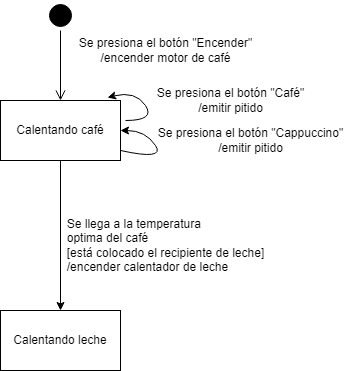
Before: Practica 4/ejercicio11.png, a diagram exported from draw.io (JuCenBer/IS1-Ingenieria_de_Software1). Source tidied: cells renumbered, new cells last; positions are measured from the earlier drawing's top-left corner, leaving out a move shared by most shapes. Source of this version:
```xml
<mxGraphModel>
  <root>
    <mxCell id="0" />
    <mxCell id="1" parent="0" />
    <mxCell id="2" style="ellipse;html=1;shape=startState;fillColor=#000000;strokeColor=#000000;" parent="1" vertex="1">
      <mxGeometry x="45" width="30" height="30" as="geometry" />
    </mxCell>
    <mxCell id="3" style="edgeStyle=orthogonalEdgeStyle;html=1;verticalAlign=bottom;endArrow=open;endSize=8;strokeColor=#000000;rounded=0;entryX=0.5;entryY=0;entryDx=0;entryDy=0;" parent="1" edge="1" source="2" target="6">
      <mxGeometry relative="1" as="geometry" />
    </mxCell>
    <mxCell id="4" value="Se presiona el botón &quot;Encender&quot;&lt;br&gt;/encender motor de café" style="text;html=1;align=center;verticalAlign=middle;strokeColor=none;fillColor=none;" parent="1" vertex="1">
      <mxGeometry x="65" y="30" width="200" height="40" as="geometry" />
    </mxCell>
    <mxCell id="5" style="edgeStyle=orthogonalEdgeStyle;rounded=0;jettySize=auto;html=1;strokeColor=#000000;" parent="1" edge="1" source="6" target="11">
      <mxGeometry relative="1" as="geometry" />
    </mxCell>
    <mxCell id="6" value="Calentando café" style="whiteSpace=wrap;html=1;strokeColor=#000000;" parent="1" vertex="1">
      <mxGeometry y="100" width="120" height="60" as="geometry" />
    </mxCell>
    <mxCell id="7" style="curved=1;endArrow=classic;html=1;rounded=0;strokeColor=#000000;entryX=0.892;entryY=-0.05;entryDx=0;entryDy=0;entryPerimeter=0;" parent="1" edge="1" target="6">
      <mxGeometry relative="1" as="geometry">
        <mxPoint x="125" y="120" as="sourcePoint" />
        <Array as="points">
          <mxPoint x="155" y="120" />
          <mxPoint x="135" y="90" />
        </Array>
      </mxGeometry>
    </mxCell>
    <mxCell id="8" value="Se presiona el botón &quot;Café&quot;&lt;br&gt;/emitir pitido" style="text;html=1;align=center;verticalAlign=middle;strokeColor=none;fillColor=none;" parent="1" vertex="1">
      <mxGeometry x="145" y="80" width="170" height="40" as="geometry" />
    </mxCell>
    <mxCell id="9" style="curved=1;endArrow=classic;html=1;rounded=0;strokeColor=#000000;entryX=1;entryY=0.5;entryDx=0;entryDy=0;exitX=1;exitY=0.833;exitDx=0;exitDy=0;exitPerimeter=0;" parent="1" edge="1" source="6" target="6">
      <mxGeometry relative="1" as="geometry">
        <Array as="points">
          <mxPoint x="165" y="160" />
          <mxPoint x="145" y="130" />
        </Array>
      </mxGeometry>
    </mxCell>
    <mxCell id="10" value="Se presiona el botón &quot;Cappuccino&quot;&lt;br&gt;/emitir pitido" style="text;html=1;align=center;verticalAlign=middle;strokeColor=none;fillColor=none;" parent="1" vertex="1">
      <mxGeometry x="145" y="120" width="210" height="40" as="geometry" />
    </mxCell>
    <mxCell id="11" value="Calentando leche" style="whiteSpace=wrap;html=1;strokeColor=#000000;" parent="1" vertex="1">
      <mxGeometry y="310" width="120" height="60" as="geometry" />
    </mxCell>
    <mxCell id="12" value="&lt;div style=&quot;text-align: left;&quot;&gt;&lt;span style=&quot;background-color: initial;&quot;&gt;Se llega a la temperatura&lt;/span&gt;&lt;/div&gt;&lt;div style=&quot;text-align: left;&quot;&gt;&lt;span style=&quot;background-color: initial;&quot;&gt;optima del café&lt;/span&gt;&lt;/div&gt;&lt;div style=&quot;text-align: left;&quot;&gt;&lt;span style=&quot;background-color: initial;&quot;&gt;[está colocado el recipiente de leche]&lt;/span&gt;&lt;/div&gt;&lt;div style=&quot;text-align: left;&quot;&gt;&lt;span style=&quot;background-color: initial;&quot;&gt;/encender calentador de leche&lt;/span&gt;&lt;/div&gt;" style="text;html=1;align=center;verticalAlign=middle;strokeColor=none;fillColor=none;" parent="1" vertex="1">
      <mxGeometry x="55" y="210" width="220" height="70" as="geometry" />
    </mxCell>
  </root>
</mxGraphModel>
```
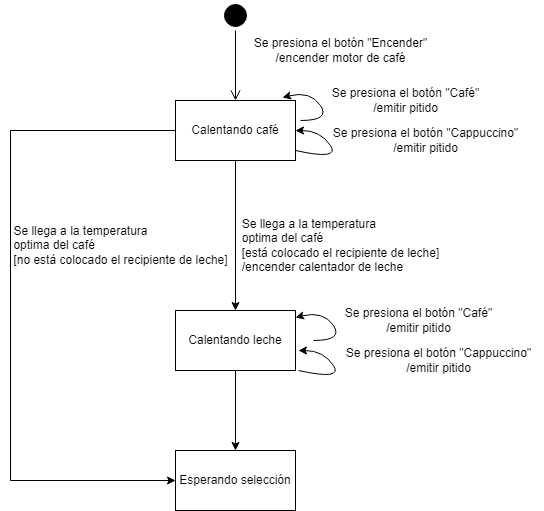
The same diagram one commit later.

What changed in the source:
```diff
@@ -14,6 +14,14 @@
     <mxCell id="5" style="edgeStyle=orthogonalEdgeStyle;rounded=0;jettySize=auto;html=1;strokeColor=#000000;" parent="1" edge="1" source="6" target="11">
       <mxGeometry relative="1" as="geometry" />
     </mxCell>
+    <mxCell id="13" style="edgeStyle=orthogonalEdgeStyle;rounded=0;jettySize=auto;html=1;exitX=0;exitY=0.5;exitDx=0;exitDy=0;entryX=0;entryY=0.5;entryDx=0;entryDy=0;strokeColor=#000000;" parent="1" edge="1" source="6" target="19">
+      <mxGeometry relative="1" as="geometry">
+        <Array as="points">
+          <mxPoint x="-165" y="130" />
+          <mxPoint x="-165" y="480" />
+        </Array>
+      </mxGeometry>
+    </mxCell>
     <mxCell id="6" value="Calentando café" style="whiteSpace=wrap;html=1;strokeColor=#000000;" parent="1" vertex="1">
       <mxGeometry y="100" width="120" height="60" as="geometry" />
     </mxCell>
@@ -40,11 +48,46 @@
     <mxCell id="10" value="Se presiona el botón &quot;Cappuccino&quot;&lt;br&gt;/emitir pitido" style="text;html=1;align=center;verticalAlign=middle;strokeColor=none;fillColor=none;" parent="1" vertex="1">
       <mxGeometry x="145" y="120" width="210" height="40" as="geometry" />
     </mxCell>
+    <mxCell id="14" style="edgeStyle=orthogonalEdgeStyle;rounded=0;jettySize=auto;html=1;strokeColor=#000000;" parent="1" edge="1" source="11" target="19">
+      <mxGeometry relative="1" as="geometry" />
+    </mxCell>
     <mxCell id="11" value="Calentando leche" style="whiteSpace=wrap;html=1;strokeColor=#000000;" parent="1" vertex="1">
       <mxGeometry y="310" width="120" height="60" as="geometry" />
     </mxCell>
     <mxCell id="12" value="&lt;div style=&quot;text-align: left;&quot;&gt;&lt;span style=&quot;background-color: initial;&quot;&gt;Se llega a la temperatura&lt;/span&gt;&lt;/div&gt;&lt;div style=&quot;text-align: left;&quot;&gt;&lt;span style=&quot;background-color: initial;&quot;&gt;optima del café&lt;/span&gt;&lt;/div&gt;&lt;div style=&quot;text-align: left;&quot;&gt;&lt;span style=&quot;background-color: initial;&quot;&gt;[está colocado el recipiente de leche]&lt;/span&gt;&lt;/div&gt;&lt;div style=&quot;text-align: left;&quot;&gt;&lt;span style=&quot;background-color: initial;&quot;&gt;/encender calentador de leche&lt;/span&gt;&lt;/div&gt;" style="text;html=1;align=center;verticalAlign=middle;strokeColor=none;fillColor=none;" parent="1" vertex="1">
       <mxGeometry x="55" y="210" width="220" height="70" as="geometry" />
     </mxCell>
+    <mxCell id="15" style="curved=1;endArrow=classic;html=1;rounded=0;strokeColor=#000000;entryX=0.892;entryY=-0.05;entryDx=0;entryDy=0;entryPerimeter=0;" parent="1" edge="1">
+      <mxGeometry relative="1" as="geometry">
+        <mxPoint x="138" y="340" as="sourcePoint" />
+        <mxPoint x="120" y="317" as="targetPoint" />
+        <Array as="points">
+          <mxPoint x="168" y="340" />
+          <mxPoint x="148" y="310" />
+        </Array>
+      </mxGeometry>
+    </mxCell>
+    <mxCell id="16" value="Se presiona el botón &quot;Café&quot;&lt;br&gt;/emitir pitido" style="text;html=1;align=center;verticalAlign=middle;strokeColor=none;fillColor=none;" parent="1" vertex="1">
+      <mxGeometry x="158" y="300" width="170" height="40" as="geometry" />
+    </mxCell>
+    <mxCell id="17" style="curved=1;endArrow=classic;html=1;rounded=0;strokeColor=#000000;entryX=1;entryY=0.5;entryDx=0;entryDy=0;exitX=1;exitY=0.833;exitDx=0;exitDy=0;exitPerimeter=0;" parent="1" edge="1">
+      <mxGeometry relative="1" as="geometry">
+        <mxPoint x="123" y="370" as="sourcePoint" />
+        <mxPoint x="123" y="350" as="targetPoint" />
+        <Array as="points">
+          <mxPoint x="168" y="380" />
+          <mxPoint x="148" y="350" />
+        </Array>
+      </mxGeometry>
+    </mxCell>
+    <mxCell id="18" value="Se presiona el botón &quot;Cappuccino&quot;&lt;br&gt;/emitir pitido" style="text;html=1;align=center;verticalAlign=middle;strokeColor=none;fillColor=none;" parent="1" vertex="1">
+      <mxGeometry x="158" y="340" width="210" height="40" as="geometry" />
+    </mxCell>
+    <mxCell id="19" value="Esperando selección" style="whiteSpace=wrap;html=1;strokeColor=#000000;" parent="1" vertex="1">
+      <mxGeometry y="450" width="120" height="60" as="geometry" />
+    </mxCell>
+    <mxCell id="20" value="&lt;div style=&quot;text-align: left;&quot;&gt;&lt;span style=&quot;background-color: initial;&quot;&gt;Se llega a la temperatura&lt;/span&gt;&lt;/div&gt;&lt;div style=&quot;text-align: left;&quot;&gt;&lt;span style=&quot;background-color: initial;&quot;&gt;optima del café&lt;/span&gt;&lt;/div&gt;&lt;div style=&quot;text-align: left;&quot;&gt;&lt;span style=&quot;background-color: initial;&quot;&gt;[no está colocado el recipiente de leche]&lt;/span&gt;&lt;/div&gt;" style="text;html=1;align=center;verticalAlign=middle;strokeColor=none;fillColor=none;" parent="1" vertex="1">
+      <mxGeometry x="-175" y="215" width="240" height="60" as="geometry" />
+    </mxCell>
   </root>
 </mxGraphModel>
```
